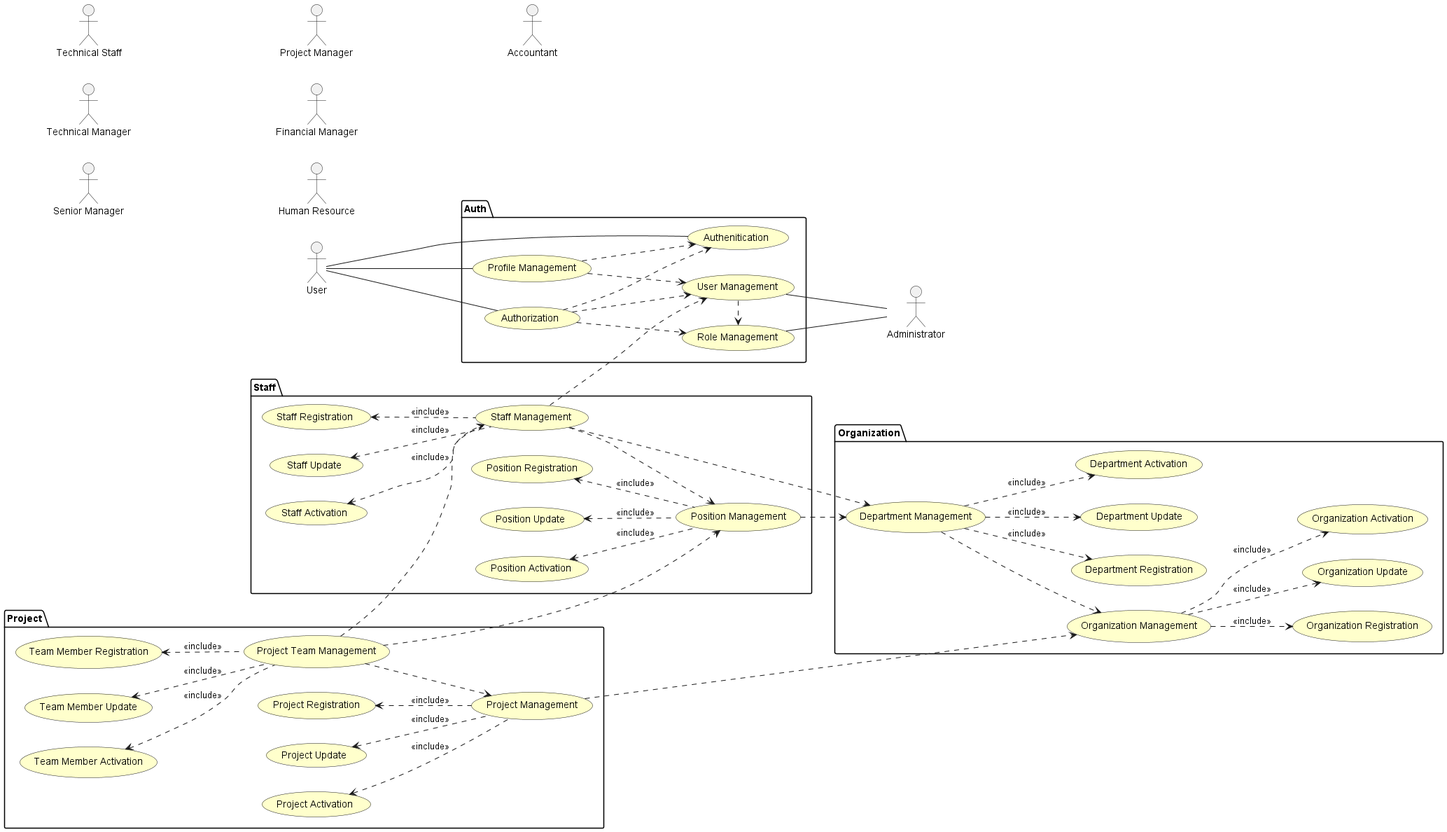
The PlantUML diagram HorizonUml/out/UseCase/UseCaseDiagram.png in mahyaresteki/Horizon, before a commit.
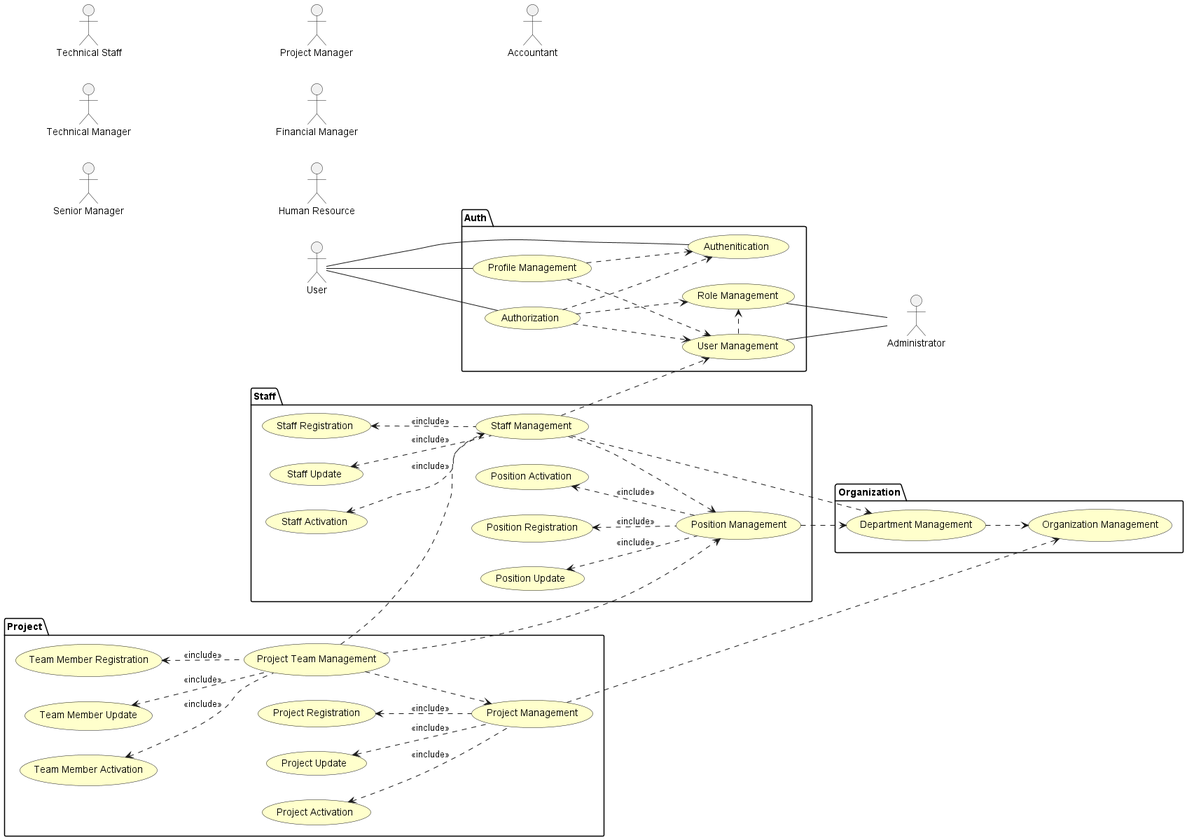
Later version of the same file.

Change to the diagram source:
```diff
@@ -23,13 +23,7 @@
 
 package "Organization"{
     usecase "Organization Management" as organizationManagement
-    usecase "Organization Registration" as organizationRegistration
-    usecase "Organization Update" as organizationUpdate
-    usecase "Organization Activation" as organizationActivation
     usecase "Department Management" as departmentManagement
-    usecase "Department Registration" as departmentRegistration
-    usecase "Department Update" as departmentUpdate
-    usecase "Department Activation" as departmentActivation
 }
 
 package "Staff"{
@@ -69,13 +63,6 @@
 roleManagement -- Admin
 userManagement -- Admin
 
-organizationManagement ..> organizationRegistration : <<include>>
-organizationManagement ..> organizationUpdate : <<include>>
-organizationManagement ..> organizationActivation : <<include>>
-departmentManagement ..> departmentRegistration : <<include>>
-departmentManagement ..> departmentUpdate : <<include>>
-departmentManagement ..> departmentActivation : <<include>>
-
 staffManagement ..> userManagement
 staffManagement ..> positionManagement
 staffManagement ..> departmentManagement
```
